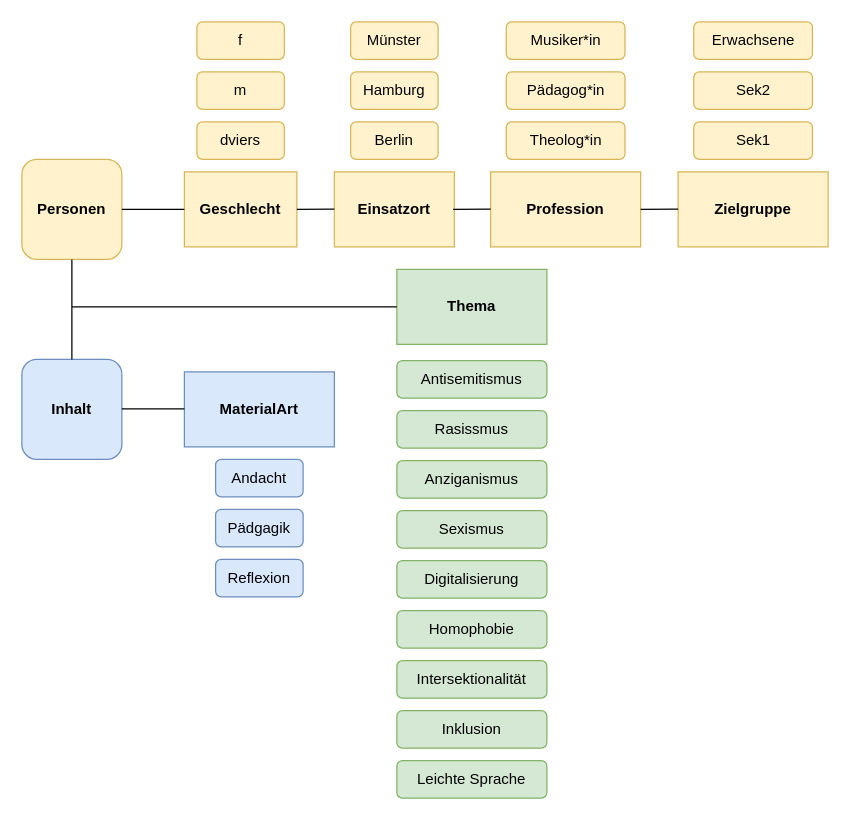
NetzTeufel/narrt keeps this draw.io diagram as narrtHP.drawio. Above is the earlier version. Source tidied: cells renumbered, new cells numbered last; positions are measured from the earlier drawing's top-left corner, leaving out a move shared by most shapes. Both pictures are drawn from the tidied source at 125%, with x=0, y=0 at pixel (21, 21).
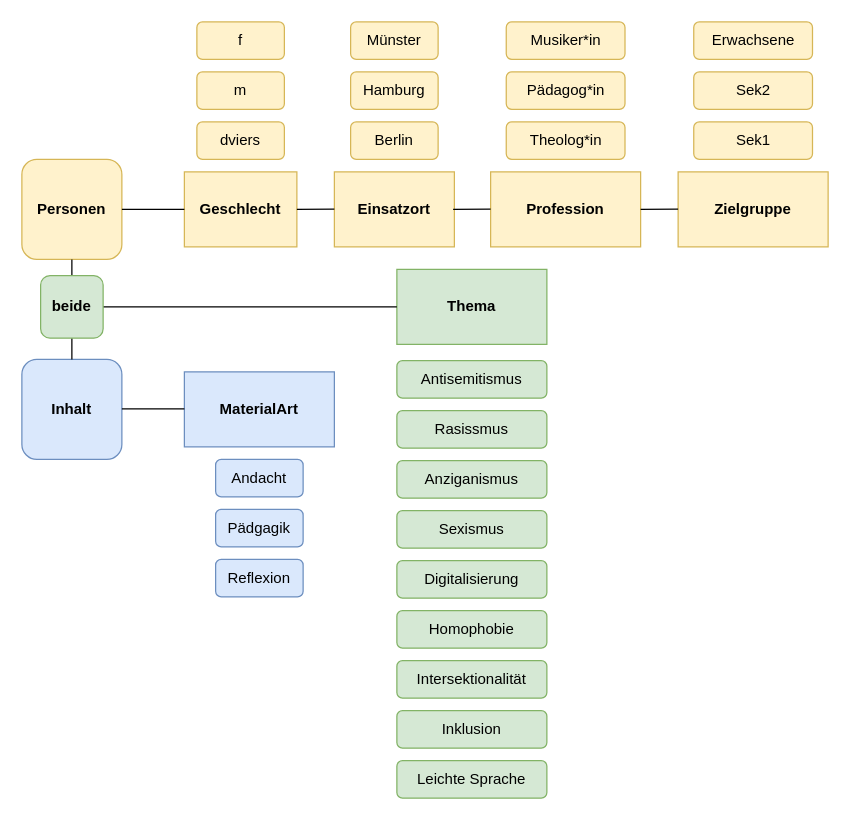
After the change.

Diff of the diagram source:
```diff
@@
+    <mxCell id="41" value="beide" style="whiteSpace=wrap;html=1;fillColor=#d5e8d4;strokeColor=#82b366;fontStyle=1;rounded=1;glass=0;shadow=0;comic=0;" parent="1" vertex="1">
+      <mxGeometry x="15" y="203" width="50" height="50" as="geometry" />
+    </mxCell>
```
